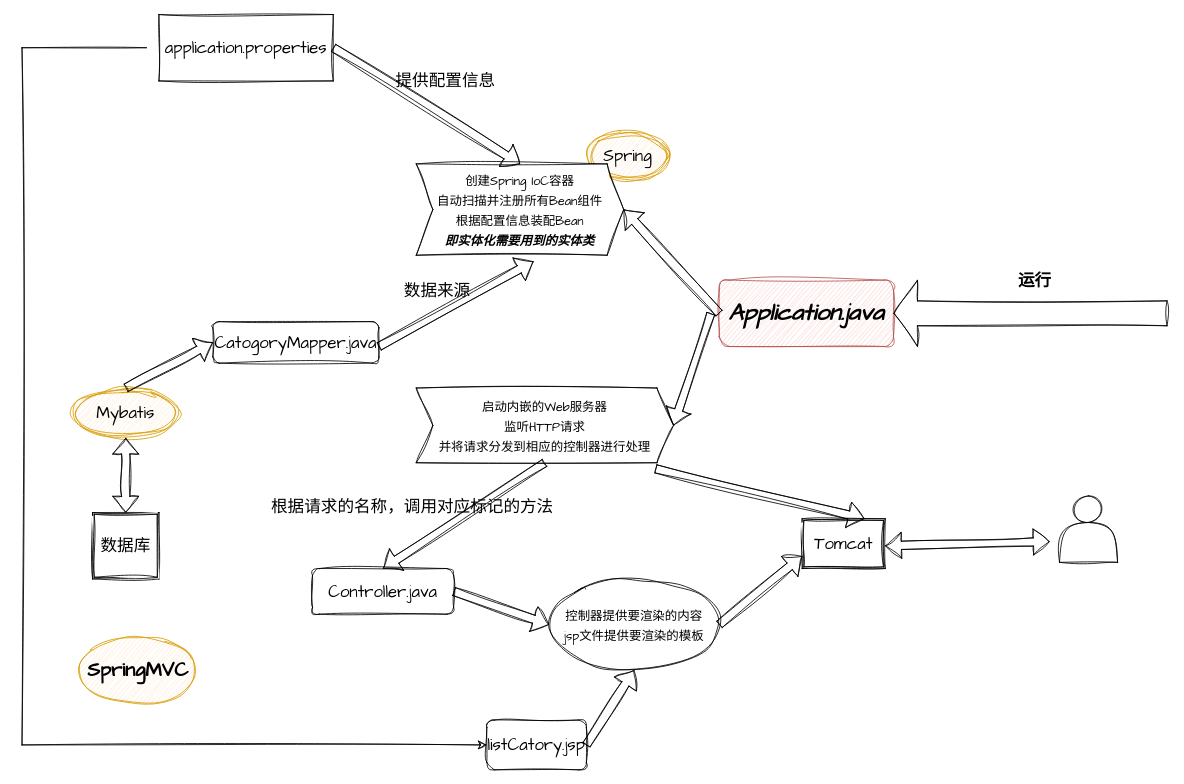
Above: SpringBoot.drawio in 177-Liukuan/MyPicture (draw.io), before the change. Source tidied: cells renumbered, new cells numbered last; positions are measured from the earlier drawing's top-left corner, leaving out a move shared by most shapes. Both pictures are drawn from the tidied source at 83%, with x=0, y=0 at pixel (22, 14).
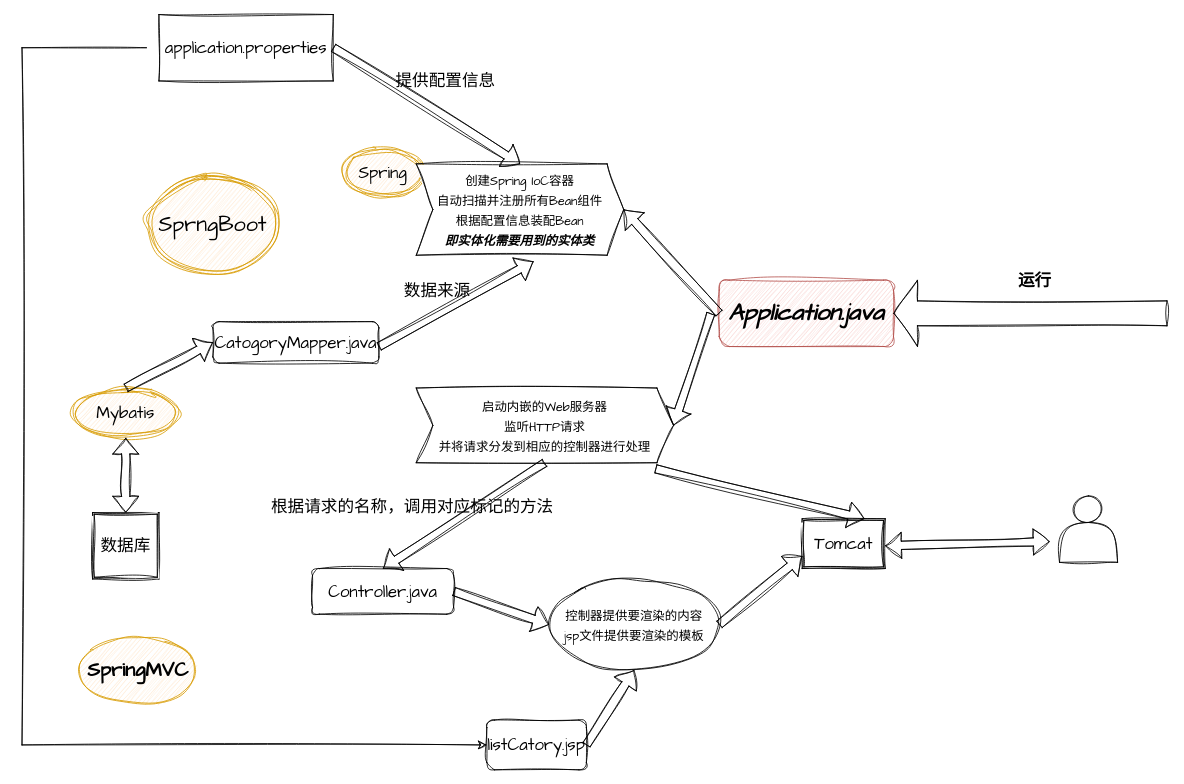
Above is the later version.

Change to the diagram source:
```diff
@@
     <mxCell id="6" value="Spring" style="ellipse;shape=doubleEllipse;whiteSpace=wrap;html=1;sketch=1;hachureGap=4;jiggle=2;curveFitting=1;fontFamily=Architects Daughter;fontSize=20;fillColor=#ffe6cc;strokeColor=#d79b00;" parent="1" vertex="1">
-      <mxGeometry x="680" y="140" width="100" height="60" as="geometry" />
+      <mxGeometry x="385" y="160" width="100" height="60" as="geometry" />
     </mxCell>
@@
+    <mxCell id="34" value="&lt;font style=&quot;font-size: 26px;&quot;&gt;SprngBoot&lt;/font&gt;" style="ellipse;shape=doubleEllipse;whiteSpace=wrap;html=1;sketch=1;hachureGap=4;jiggle=2;curveFitting=1;fontFamily=Architects Daughter;fontSize=20;fillColor=#ffe6cc;strokeColor=#d79b00;" parent="1" vertex="1">
+      <mxGeometry x="150" y="193" width="160" height="120" as="geometry" />
+    </mxCell>
```
